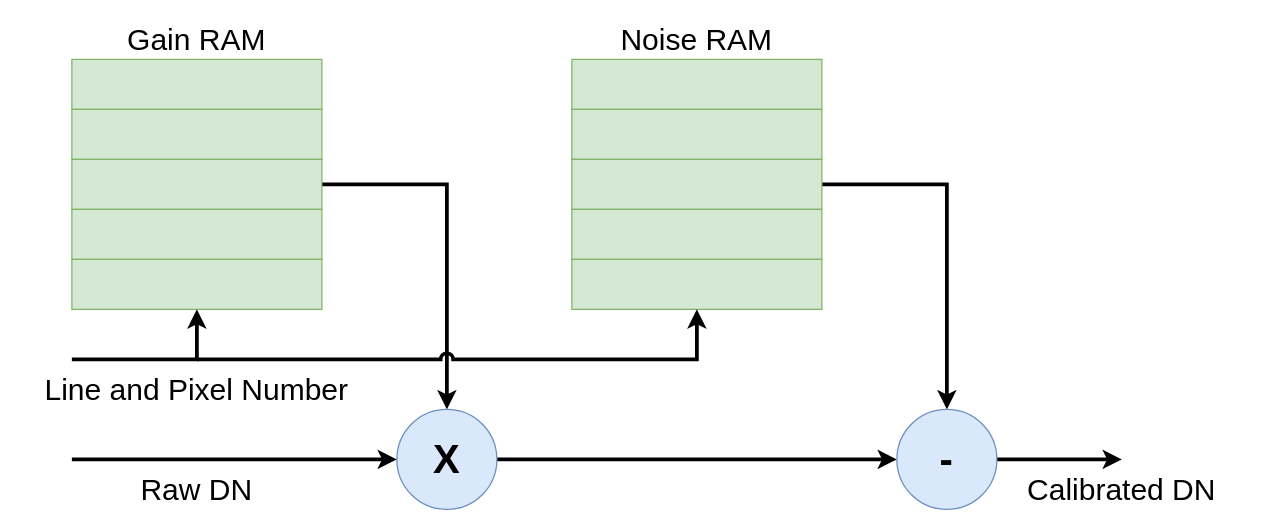
Before: radiometricImplementation.drawio in snider-lab-msu/figures, a draw.io diagram. Source tidied: cells renumbered, new cells numbered last; positions are measured from the earlier drawing's top-left corner, leaving out a move shared by most shapes. Both pictures are drawn from the tidied source at 125%, with x=0, y=0 at pixel (21, 21).
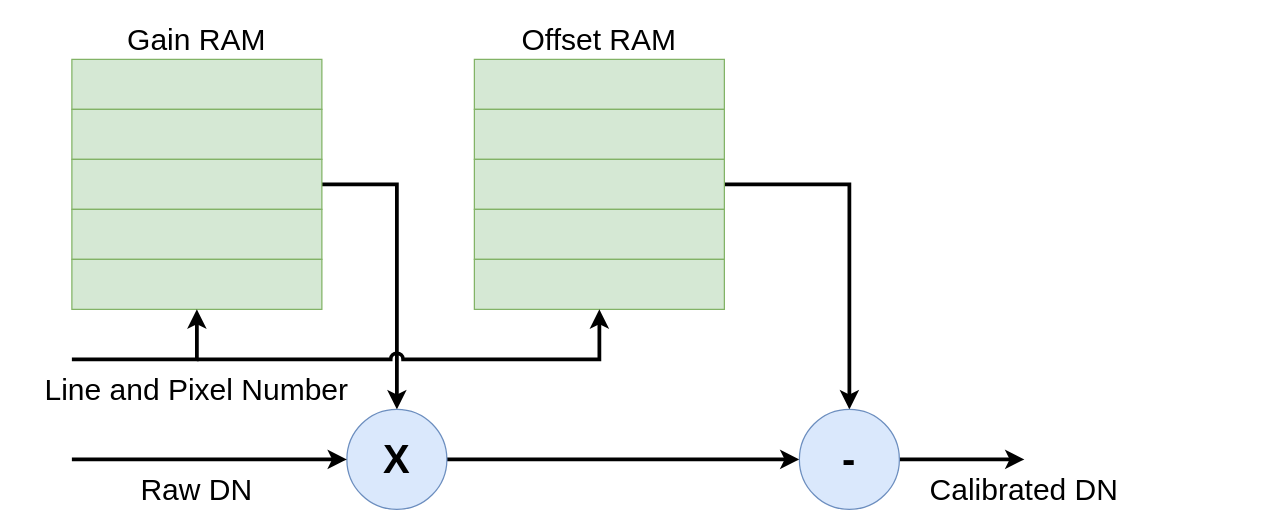
The same diagram, later.

Commit message:
changed noise to offset

The edit, as a diff of the source:
```diff
@@
     <mxCell id="8" style="rounded=0;whiteSpace=wrap;html=1;fillColor=#d5e8d4;strokeColor=#82b366;" parent="1" vertex="1">
-      <mxGeometry x="440" y="30" width="200" height="40" as="geometry" />
+      <mxGeometry x="362" y="30" width="200" height="40" as="geometry" />
     </mxCell>
     <mxCell id="9" style="rounded=0;whiteSpace=wrap;html=1;fillColor=#d5e8d4;strokeColor=#82b366;" parent="1" vertex="1">
-      <mxGeometry x="440" y="70" width="200" height="40" as="geometry" />
+      <mxGeometry x="362" y="70" width="200" height="40" as="geometry" />
     </mxCell>
@@
     <mxCell id="11" style="rounded=0;whiteSpace=wrap;html=1;fillColor=#d5e8d4;strokeColor=#82b366;" parent="1" vertex="1">
-      <mxGeometry x="440" y="110" width="200" height="40" as="geometry" />
+      <mxGeometry x="362" y="110" width="200" height="40" as="geometry" />
     </mxCell>
     <mxCell id="12" style="rounded=0;whiteSpace=wrap;html=1;fillColor=#d5e8d4;strokeColor=#82b366;" parent="1" vertex="1">
-      <mxGeometry x="440" y="150" width="200" height="40" as="geometry" />
+      <mxGeometry x="362" y="150" width="200" height="40" as="geometry" />
     </mxCell>
     <mxCell id="13" style="rounded=0;whiteSpace=wrap;html=1;fillColor=#d5e8d4;strokeColor=#82b366;" parent="1" vertex="1">
-      <mxGeometry x="440" y="190" width="200" height="40" as="geometry" />
+      <mxGeometry x="362" y="190" width="200" height="40" as="geometry" />
     </mxCell>
@@
     <mxCell id="15" value="X" style="ellipse;whiteSpace=wrap;html=1;shapeInside=1;fontSize=32;fontStyle=1;fillColor=#dae8fc;strokeColor=#6c8ebf;" parent="1" vertex="1">
-      <mxGeometry x="300" y="310" width="80" height="80" as="geometry" />
+      <mxGeometry x="260" y="310" width="80" height="80" as="geometry" />
     </mxCell>
     <mxCell id="16" style="edgeStyle=orthogonalEdgeStyle;rounded=0;jettySize=auto;html=1;defaultLabelBackgroundColor=page;strokeWidth=3;" parent="1" edge="1" source="17">
       <mxGeometry relative="1" as="geometry">
-        <mxPoint x="880" y="350" as="targetPoint" />
+        <mxPoint x="802" y="350" as="targetPoint" />
       </mxGeometry>
     </mxCell>
     <mxCell id="17" value="&lt;b&gt;-&lt;/b&gt;" style="ellipse;whiteSpace=wrap;html=1;shapeInside=1;fontSize=32;verticalAlign=middle;fillColor=#dae8fc;strokeColor=#6c8ebf;" parent="1" vertex="1">
-      <mxGeometry x="700" y="310" width="80" height="80" as="geometry" />
+      <mxGeometry x="622" y="310" width="80" height="80" as="geometry" />
     </mxCell>
@@
     <mxCell id="21" style="endArrow=classic;html=1;rounded=0;defaultLabelBackgroundColor=page;strokeWidth=3;entryX=0.5;entryY=1;entryDx=0;entryDy=0;jumpStyle=arc;" parent="1" edge="1" target="13">
-      <mxGeometry x="-0.59" relative="1" as="geometry">
+      <mxGeometry x="-0.45" relative="1" as="geometry">
         <mxPoint x="140" y="270" as="sourcePoint" />
         <Array as="points">
-          <mxPoint x="540" y="270" />
+          <mxPoint x="462" y="270" />
         </Array>
       </mxGeometry>
     </mxCell>
@@
-    <mxCell id="24" value="Noise RAM" style="text;html=1;whiteSpace=wrap;strokeColor=none;fillColor=none;align=center;verticalAlign=middle;rounded=0;fontSize=24;" parent="1" vertex="1">
-      <mxGeometry x="440" width="200" height="30" as="geometry" />
+    <mxCell id="24" value="Offset RAM" style="text;html=1;whiteSpace=wrap;strokeColor=none;fillColor=none;align=center;verticalAlign=middle;rounded=0;fontSize=24;" parent="1" vertex="1">
+      <mxGeometry x="362" width="200" height="30" as="geometry" />
     </mxCell>
     <mxCell id="25" value="Calibrated DN" style="text;html=1;whiteSpace=wrap;strokeColor=none;fillColor=none;align=center;verticalAlign=middle;rounded=0;fontSize=24;" parent="1" vertex="1">
-      <mxGeometry x="780" y="360" width="200" height="30" as="geometry" />
+      <mxGeometry x="702" y="360" width="200" height="30" as="geometry" />
     </mxCell>
```
